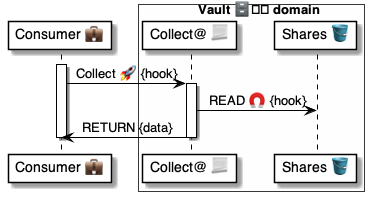
The PlantUML diagram 4 ⚙️ Solution/41 🎭 Domain Roles/Vaults 🗄️/🗄️🅰️ Vault methods/Collect 💼🚀🗄️/🗄️ Collect ⚙️ uml.png in pollyweb-org/pollyweb-docs, before a commit. Its source is kept beside it as 4 ⚙️ Solution/41 🎭 Domain Roles/Vaults 🗄️/🗄️🅰️ Vault methods/Collect 💼🚀🗄️/🗄️ Collect ⚙️ uml.puml.
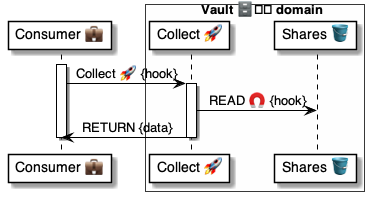
After the commit.

Change to the diagram source:
```diff
@@ -3,7 +3,7 @@
 participant "Consumer 💼" as consumer
 
 box Vault 🗄️️ domain #FFFFFA
-    participant "Collect@ 📃" as vault
+    participant "Collect 🚀" as vault
     participant "Shares 🪣" as shares
 end box
 
```
